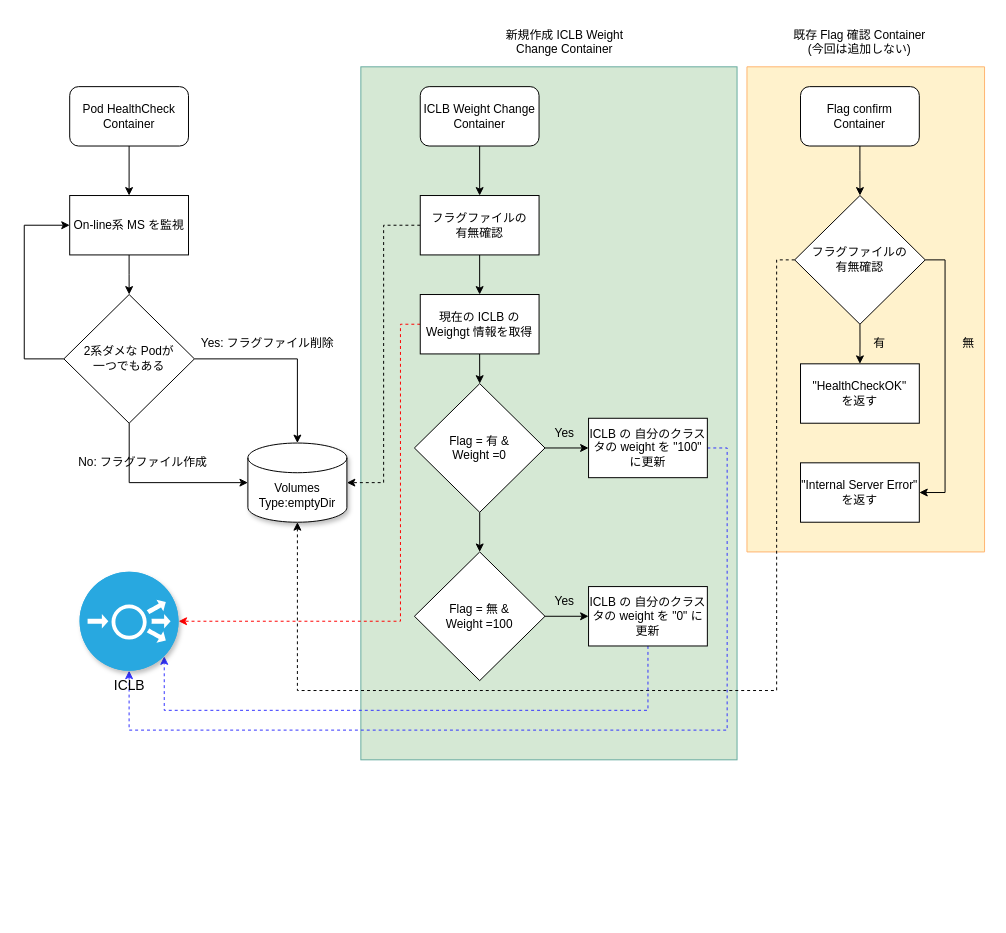
stefan21jp/Liberty keeps this draw.io diagram as page "Page-16" (16 of 16) of Untitled Diagram.drawio. Above is the earlier version. Source tidied: cells renumbered, new cells numbered last; positions are measured from the earlier drawing's top-left corner, leaving out a move shared by most shapes. Both pictures are drawn from the tidied source at 99%, with x=0, y=0 at pixel (24, 17).
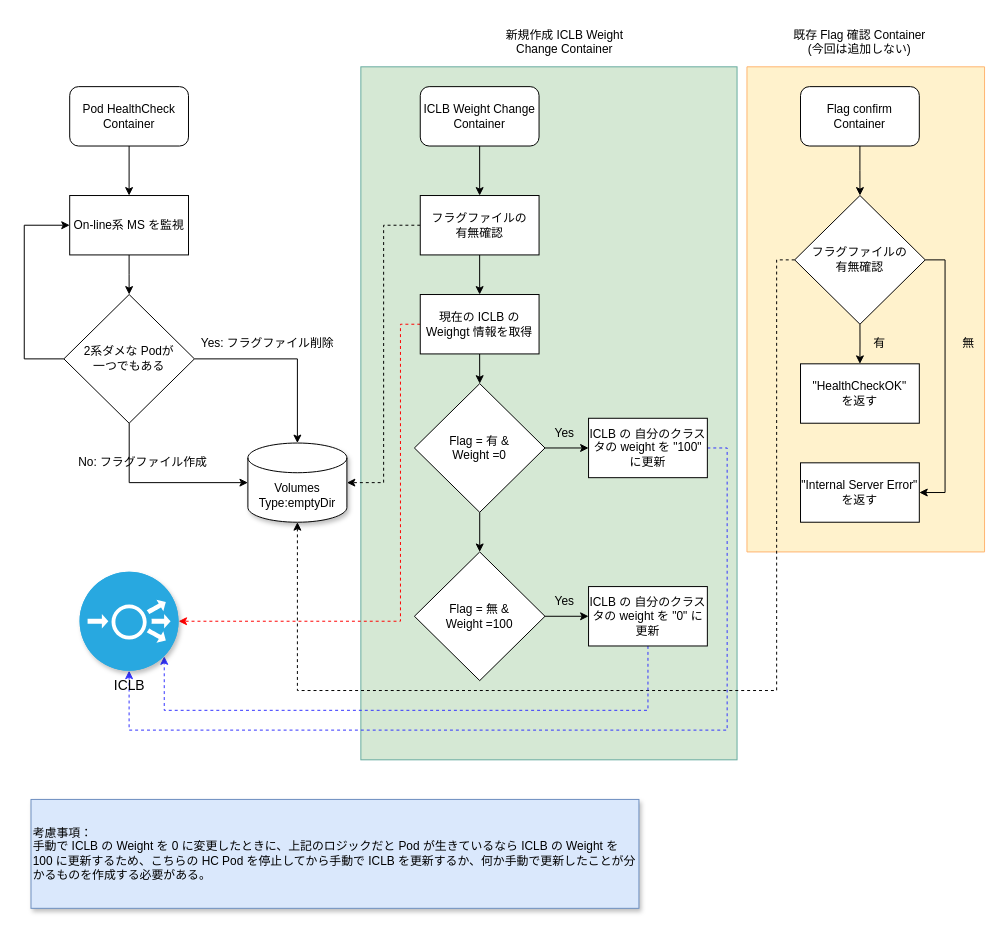
The same page after the edit.

Change to the diagram source:
```diff
@@
+    <mxCell id="47" value="&lt;div&gt;考慮事項：&lt;/div&gt;&lt;div&gt;手動で ICLB の Weight を 0 に変更したときに、上記のロジックだと Pod が生きているなら ICLB の Weight を 100 に更新するため、こちらの HC Pod を停止してから手動で ICLB を更新するか、何か手動で更新したことが分かるものを作成する必要がある。&lt;br&gt;&lt;/div&gt;" style="text;html=1;strokeColor=#6c8ebf;fillColor=#dae8fc;align=left;verticalAlign=middle;whiteSpace=wrap;rounded=0;shadow=1;" parent="1" vertex="1">
+      <mxGeometry x="6.8" y="790" width="614.1" height="110" as="geometry" />
+    </mxCell>
```
